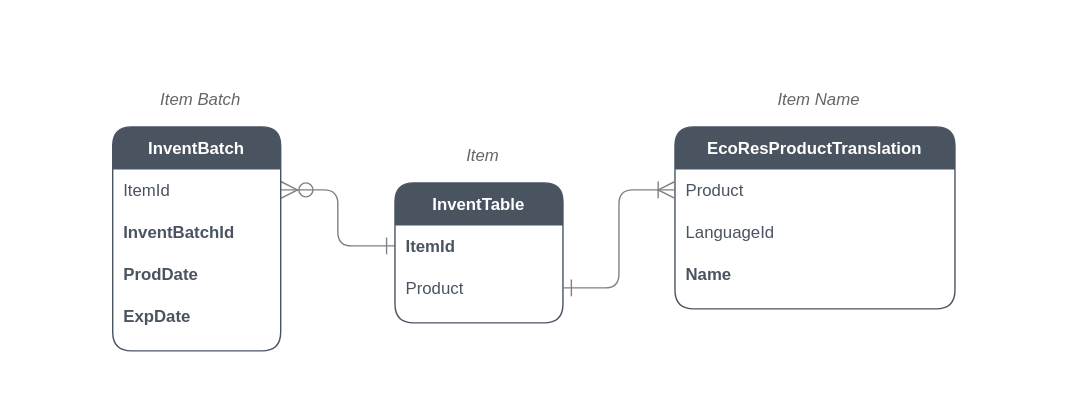
Earlier version of the draw.io export svg/item-batch.drawio.svg (janusvrensburg/ms-d365-fo). Source tidied: cells renumbered, new cells last; positions are measured from the earlier drawing's top-left corner, leaving out a move shared by most shapes. Source of this version:
```xml
<mxGraphModel>
  <root>
    <mxCell id="0" />
    <mxCell id="1" parent="0" />
    <mxCell id="2" style="edgeStyle=orthogonalEdgeStyle;rounded=1;jettySize=auto;html=1;entryX=1;entryY=0.5;entryDx=0;entryDy=0;startFill=0;startArrow=ERone;fontFamily=Helvetica;sketch=0;targetPerimeterSpacing=10;sourcePerimeterSpacing=10;endSize=10;startSize=10;endFill=1;endArrow=ERzeroToMany;strokeColor=#808080;fillOpacity=0;exitX=0;exitY=0.5;exitDx=0;exitDy=0;" parent="1" edge="1" source="13" target="4">
      <mxGeometry relative="1" as="geometry" />
    </mxCell>
    <mxCell id="3" value="InventBatch" style="shape=table;startSize=30;rowLines=0;fontStyle=1;align=center;fontFamily=Helvetica;sketch=0;rounded=1;labelBackgroundColor=none;fillStyle=solid;fontColor=#FFFFFF;fillColor=#4A5461;strokeColor=#4A5461;" parent="1" vertex="1">
      <mxGeometry x="80" y="90" width="120" height="160" as="geometry" />
    </mxCell>
    <mxCell id="4" style="shape=partialRectangle;fillColor=none;top=0;left=0;bottom=0;right=0;points=[[0,0.5],[1,0.5]];portConstraint=eastwest;fontFamily=Helvetica;sketch=1;" parent="3" vertex="1">
      <mxGeometry y="30" width="120" height="30" as="geometry" />
    </mxCell>
    <mxCell id="5" value="ItemId" style="shape=partialRectangle;fillColor=none;top=0;left=0;bottom=0;right=0;align=left;spacingLeft=6;overflow=hidden;fontFamily=Helvetica;sketch=1;labelBackgroundColor=none;labelBorderColor=none;fontColor=#4A5461;" parent="4" vertex="1">
      <mxGeometry width="120" height="30" as="geometry" />
    </mxCell>
    <mxCell id="6" style="shape=partialRectangle;fillColor=none;top=0;left=0;bottom=0;right=0;fontFamily=Helvetica;sketch=1;fontStyle=5;" parent="3" vertex="1">
      <mxGeometry y="60" width="120" height="30" as="geometry" />
    </mxCell>
    <mxCell id="7" value="InventBatchId" style="shape=partialRectangle;fillColor=none;top=0;left=0;bottom=0;right=0;align=left;spacingLeft=6;overflow=hidden;fontFamily=Helvetica;sketch=1;fontColor=#4A5461;fontStyle=1;" parent="6" vertex="1">
      <mxGeometry width="120" height="30" as="geometry" />
    </mxCell>
    <mxCell id="8" style="shape=partialRectangle;fillColor=none;top=0;left=0;bottom=0;right=0;fontFamily=Helvetica;sketch=1;fontStyle=5;" parent="3" vertex="1">
      <mxGeometry y="90" width="120" height="30" as="geometry" />
    </mxCell>
    <mxCell id="9" value="ProdDate" style="shape=partialRectangle;fillColor=none;top=0;left=0;bottom=0;right=0;align=left;spacingLeft=6;overflow=hidden;fontFamily=Helvetica;sketch=1;fontColor=#4A5461;fontStyle=1;" parent="8" vertex="1">
      <mxGeometry width="120" height="30" as="geometry" />
    </mxCell>
    <mxCell id="10" style="shape=partialRectangle;fillColor=none;top=0;left=0;bottom=0;right=0;fontFamily=Helvetica;sketch=1;fontStyle=5;" parent="3" vertex="1">
      <mxGeometry y="120" width="120" height="30" as="geometry" />
    </mxCell>
    <mxCell id="11" value="ExpDate" style="shape=partialRectangle;fillColor=none;top=0;left=0;bottom=0;right=0;align=left;spacingLeft=6;overflow=hidden;fontFamily=Helvetica;sketch=1;fontColor=#4A5461;fontStyle=1;" parent="10" vertex="1">
      <mxGeometry width="120" height="30" as="geometry" />
    </mxCell>
    <mxCell id="12" value="InventTable" style="shape=table;startSize=30;rowLines=0;fontStyle=1;align=center;fontFamily=Helvetica;sketch=0;rounded=1;labelBackgroundColor=none;fillStyle=solid;fontColor=#FFFFFF;fillColor=#4A5461;strokeColor=#4A5461;" parent="1" vertex="1">
      <mxGeometry x="281.6" y="130" width="120" height="100" as="geometry" />
    </mxCell>
    <mxCell id="13" style="shape=partialRectangle;fillColor=none;top=0;left=0;bottom=0;right=0;points=[[0,0.5],[1,0.5]];portConstraint=eastwest;fontFamily=Helvetica;sketch=1;" parent="12" vertex="1">
      <mxGeometry y="30" width="120" height="30" as="geometry" />
    </mxCell>
    <mxCell id="14" value="ItemId" style="shape=partialRectangle;top=0;left=0;bottom=0;right=0;align=left;spacingLeft=6;overflow=hidden;fontFamily=Helvetica;sketch=1;labelBackgroundColor=none;labelBorderColor=none;fontColor=#4A5461;fillColor=none;fontStyle=1;" parent="13" vertex="1">
      <mxGeometry width="120" height="30" as="geometry" />
    </mxCell>
    <mxCell id="15" style="shape=partialRectangle;fillColor=none;top=0;left=0;bottom=0;right=0;points=[[0,0.5],[1,0.5]];portConstraint=eastwest;fontFamily=Helvetica;sketch=1;fontStyle=5;" parent="12" vertex="1">
      <mxGeometry y="60" width="120" height="30" as="geometry" />
    </mxCell>
    <mxCell id="16" value="Product" style="shape=partialRectangle;fillColor=none;top=0;left=0;bottom=0;right=0;align=left;spacingLeft=6;overflow=hidden;fontFamily=Helvetica;sketch=1;fontColor=#4A5461;fontStyle=0;" parent="15" vertex="1">
      <mxGeometry width="120" height="30" as="geometry" />
    </mxCell>
    <mxCell id="17" value="EcoResProductTranslation" style="shape=table;startSize=30;rowLines=0;fontStyle=1;align=center;fontFamily=Helvetica;sketch=0;rounded=1;labelBackgroundColor=none;fillStyle=solid;fontColor=#FFFFFF;fillColor=#4A5461;strokeColor=#4A5461;" parent="1" vertex="1">
      <mxGeometry x="481.6" y="90" width="200" height="130" as="geometry" />
    </mxCell>
    <mxCell id="18" style="shape=partialRectangle;fillColor=none;top=0;left=0;bottom=0;right=0;points=[[0,0.5],[1,0.5]];portConstraint=eastwest;fontFamily=Helvetica;sketch=1;" parent="17" vertex="1">
      <mxGeometry y="30" width="200" height="30" as="geometry" />
    </mxCell>
    <mxCell id="19" value="Product" style="shape=partialRectangle;fillColor=none;top=0;left=0;bottom=0;right=0;align=left;spacingLeft=6;overflow=hidden;fontFamily=Helvetica;sketch=1;labelBackgroundColor=none;labelBorderColor=none;fontColor=#4A5461;" parent="18" vertex="1">
      <mxGeometry width="200" height="30" as="geometry" />
    </mxCell>
    <mxCell id="20" style="shape=partialRectangle;fillColor=none;top=0;left=0;bottom=0;right=0;fontFamily=Helvetica;sketch=1;fontStyle=5;" parent="17" vertex="1">
      <mxGeometry y="60" width="200" height="30" as="geometry" />
    </mxCell>
    <mxCell id="21" value="LanguageId" style="shape=partialRectangle;fillColor=none;top=0;left=0;bottom=0;right=0;align=left;spacingLeft=6;overflow=hidden;fontFamily=Helvetica;sketch=1;fontColor=#4A5461;" parent="20" vertex="1">
      <mxGeometry width="200" height="30" as="geometry" />
    </mxCell>
    <mxCell id="22" style="shape=partialRectangle;fillColor=none;top=0;left=0;bottom=0;right=0;fontFamily=Helvetica;sketch=1;fontStyle=5;" parent="17" vertex="1">
      <mxGeometry y="90" width="200" height="30" as="geometry" />
    </mxCell>
    <mxCell id="23" value="Name" style="shape=partialRectangle;fillColor=none;top=0;left=0;bottom=0;right=0;align=left;spacingLeft=6;overflow=hidden;fontFamily=Helvetica;sketch=1;fontColor=#4A5461;fontStyle=1;labelBorderColor=none;" parent="22" vertex="1">
      <mxGeometry width="200" height="30" as="geometry" />
    </mxCell>
    <mxCell id="24" style="edgeStyle=orthogonalEdgeStyle;rounded=1;jettySize=auto;html=1;entryX=0;entryY=0.5;entryDx=0;entryDy=0;startFill=0;startArrow=ERone;fontFamily=Helvetica;sketch=0;targetPerimeterSpacing=10;sourcePerimeterSpacing=10;endSize=10;startSize=10;endFill=0;endArrow=ERoneToMany;strokeColor=#808080;fillOpacity=0;exitX=1;exitY=0.5;exitDx=0;exitDy=0;" parent="1" edge="1" source="15" target="18">
      <mxGeometry relative="1" as="geometry" />
    </mxCell>
    <mxCell id="25" value="Item Name" style="shape=partialRectangle;fillColor=none;top=0;left=0;bottom=0;right=0;align=center;spacingLeft=6;overflow=hidden;fontFamily=Helvetica;sketch=1;fontStyle=2;fontColor=#666666;" parent="1" vertex="1">
      <mxGeometry x="481.6" y="50" width="200" height="40" as="geometry" />
    </mxCell>
    <mxCell id="26" value="Item" style="shape=partialRectangle;fillColor=none;top=0;left=0;bottom=0;right=0;align=center;spacingLeft=6;overflow=hidden;fontFamily=Helvetica;sketch=1;fontStyle=2;fontColor=#666666;" parent="1" vertex="1">
      <mxGeometry x="287.6" y="90" width="108" height="40" as="geometry" />
    </mxCell>
    <mxCell id="27" value="Item Batch" style="shape=partialRectangle;fillColor=none;top=0;left=0;bottom=0;right=0;align=center;spacingLeft=6;overflow=hidden;fontFamily=Helvetica;sketch=1;fontStyle=2;fontColor=#666666;" parent="1" vertex="1">
      <mxGeometry x="86" y="50" width="108" height="40" as="geometry" />
    </mxCell>
    <mxCell id="28" value="x" style="shape=partialRectangle;fillColor=none;top=0;left=0;bottom=0;right=0;align=center;spacingLeft=6;overflow=hidden;fontFamily=Helvetica;sketch=1;fontStyle=2;noLabel=1;fontColor=none;fontSize=1;" parent="1" vertex="1">
      <mxGeometry width="27" height="27" as="geometry" />
    </mxCell>
    <mxCell id="29" value="x" style="shape=partialRectangle;fillColor=none;top=0;left=0;bottom=0;right=0;align=center;spacingLeft=6;overflow=hidden;fontFamily=Helvetica;sketch=1;fontStyle=2;noLabel=1;fontColor=none;fontSize=1;" parent="1" vertex="1">
      <mxGeometry x="742" y="256" width="27" height="27" as="geometry" />
    </mxCell>
  </root>
</mxGraphModel>
```
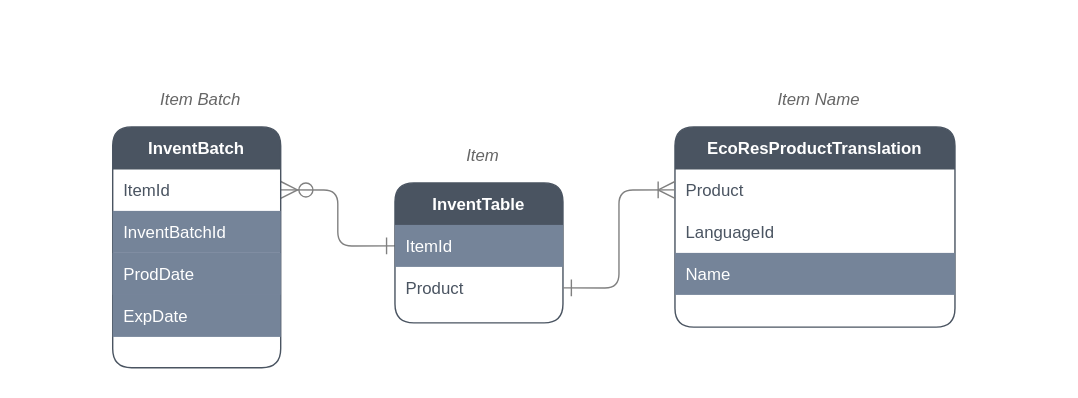
The same file after the commit.

The edit, as a diff of the source:
```diff
@@ -6,7 +6,7 @@
       <mxGeometry relative="1" as="geometry" />
     </mxCell>
     <mxCell id="3" value="InventBatch" style="shape=table;startSize=30;rowLines=0;fontStyle=1;align=center;fontFamily=Helvetica;sketch=0;rounded=1;labelBackgroundColor=none;fillStyle=solid;fontColor=#FFFFFF;fillColor=#4A5461;strokeColor=#4A5461;" parent="1" vertex="1">
-      <mxGeometry x="80" y="90" width="120" height="160" as="geometry" />
+      <mxGeometry x="80" y="90" width="120" height="172" as="geometry" />
     </mxCell>
     <mxCell id="4" style="shape=partialRectangle;fillColor=none;top=0;left=0;bottom=0;right=0;points=[[0,0.5],[1,0.5]];portConstraint=eastwest;fontFamily=Helvetica;sketch=1;" parent="3" vertex="1">
       <mxGeometry y="30" width="120" height="30" as="geometry" />
@@ -17,19 +17,19 @@
     <mxCell id="6" style="shape=partialRectangle;fillColor=none;top=0;left=0;bottom=0;right=0;fontFamily=Helvetica;sketch=1;fontStyle=5;" parent="3" vertex="1">
       <mxGeometry y="60" width="120" height="30" as="geometry" />
     </mxCell>
-    <mxCell id="7" value="InventBatchId" style="shape=partialRectangle;fillColor=none;top=0;left=0;bottom=0;right=0;align=left;spacingLeft=6;overflow=hidden;fontFamily=Helvetica;sketch=1;fontColor=#4A5461;fontStyle=1;" parent="6" vertex="1">
+    <mxCell id="7" value="InventBatchId" style="shape=partialRectangle;fillColor=#758499;top=0;left=0;bottom=0;right=0;align=left;spacingLeft=6;overflow=hidden;fontFamily=Helvetica;sketch=0;fontColor=#FFFFFF;fontStyle=0;" parent="6" vertex="1">
       <mxGeometry width="120" height="30" as="geometry" />
     </mxCell>
-    <mxCell id="8" style="shape=partialRectangle;fillColor=none;top=0;left=0;bottom=0;right=0;fontFamily=Helvetica;sketch=1;fontStyle=5;" parent="3" vertex="1">
+    <mxCell id="8" style="shape=partialRectangle;fillColor=#758499;top=0;left=0;bottom=0;right=0;fontFamily=Helvetica;sketch=0;fontStyle=0;fontColor=#FFFFFF;align=left;spacingLeft=6;" parent="3" vertex="1">
       <mxGeometry y="90" width="120" height="30" as="geometry" />
     </mxCell>
-    <mxCell id="9" value="ProdDate" style="shape=partialRectangle;fillColor=none;top=0;left=0;bottom=0;right=0;align=left;spacingLeft=6;overflow=hidden;fontFamily=Helvetica;sketch=1;fontColor=#4A5461;fontStyle=1;" parent="8" vertex="1">
+    <mxCell id="9" value="ProdDate" style="shape=partialRectangle;fillColor=#758499;top=0;left=0;bottom=0;right=0;align=left;spacingLeft=6;overflow=hidden;fontFamily=Helvetica;sketch=0;fontColor=#FFFFFF;fontStyle=0;" parent="8" vertex="1">
       <mxGeometry width="120" height="30" as="geometry" />
     </mxCell>
     <mxCell id="10" style="shape=partialRectangle;fillColor=none;top=0;left=0;bottom=0;right=0;fontFamily=Helvetica;sketch=1;fontStyle=5;" parent="3" vertex="1">
       <mxGeometry y="120" width="120" height="30" as="geometry" />
     </mxCell>
-    <mxCell id="11" value="ExpDate" style="shape=partialRectangle;fillColor=none;top=0;left=0;bottom=0;right=0;align=left;spacingLeft=6;overflow=hidden;fontFamily=Helvetica;sketch=1;fontColor=#4A5461;fontStyle=1;" parent="10" vertex="1">
+    <mxCell id="11" value="ExpDate" style="shape=partialRectangle;fillColor=#758499;top=0;left=0;bottom=0;right=0;align=left;spacingLeft=6;overflow=hidden;fontFamily=Helvetica;sketch=0;fontColor=#FFFFFF;fontStyle=0;" parent="10" vertex="1">
       <mxGeometry width="120" height="30" as="geometry" />
     </mxCell>
     <mxCell id="12" value="InventTable" style="shape=table;startSize=30;rowLines=0;fontStyle=1;align=center;fontFamily=Helvetica;sketch=0;rounded=1;labelBackgroundColor=none;fillStyle=solid;fontColor=#FFFFFF;fillColor=#4A5461;strokeColor=#4A5461;" parent="1" vertex="1">
@@ -38,7 +38,7 @@
     <mxCell id="13" style="shape=partialRectangle;fillColor=none;top=0;left=0;bottom=0;right=0;points=[[0,0.5],[1,0.5]];portConstraint=eastwest;fontFamily=Helvetica;sketch=1;" parent="12" vertex="1">
       <mxGeometry y="30" width="120" height="30" as="geometry" />
     </mxCell>
-    <mxCell id="14" value="ItemId" style="shape=partialRectangle;top=0;left=0;bottom=0;right=0;align=left;spacingLeft=6;overflow=hidden;fontFamily=Helvetica;sketch=1;labelBackgroundColor=none;labelBorderColor=none;fontColor=#4A5461;fillColor=none;fontStyle=1;" parent="13" vertex="1">
+    <mxCell id="14" value="ItemId" style="shape=partialRectangle;top=0;left=0;bottom=0;right=0;align=left;spacingLeft=6;overflow=hidden;fontFamily=Helvetica;sketch=0;labelBackgroundColor=none;labelBorderColor=none;fontStyle=0;fillColor=#758499;fontColor=#FFFFFF;" parent="13" vertex="1">
       <mxGeometry width="120" height="30" as="geometry" />
     </mxCell>
     <mxCell id="15" style="shape=partialRectangle;fillColor=none;top=0;left=0;bottom=0;right=0;points=[[0,0.5],[1,0.5]];portConstraint=eastwest;fontFamily=Helvetica;sketch=1;fontStyle=5;" parent="12" vertex="1">
@@ -48,7 +48,7 @@
       <mxGeometry width="120" height="30" as="geometry" />
     </mxCell>
     <mxCell id="17" value="EcoResProductTranslation" style="shape=table;startSize=30;rowLines=0;fontStyle=1;align=center;fontFamily=Helvetica;sketch=0;rounded=1;labelBackgroundColor=none;fillStyle=solid;fontColor=#FFFFFF;fillColor=#4A5461;strokeColor=#4A5461;" parent="1" vertex="1">
-      <mxGeometry x="481.6" y="90" width="200" height="130" as="geometry" />
+      <mxGeometry x="481.6" y="90" width="200" height="143" as="geometry" />
     </mxCell>
     <mxCell id="18" style="shape=partialRectangle;fillColor=none;top=0;left=0;bottom=0;right=0;points=[[0,0.5],[1,0.5]];portConstraint=eastwest;fontFamily=Helvetica;sketch=1;" parent="17" vertex="1">
       <mxGeometry y="30" width="200" height="30" as="geometry" />
@@ -65,7 +65,7 @@
     <mxCell id="22" style="shape=partialRectangle;fillColor=none;top=0;left=0;bottom=0;right=0;fontFamily=Helvetica;sketch=1;fontStyle=5;" parent="17" vertex="1">
       <mxGeometry y="90" width="200" height="30" as="geometry" />
     </mxCell>
-    <mxCell id="23" value="Name" style="shape=partialRectangle;fillColor=none;top=0;left=0;bottom=0;right=0;align=left;spacingLeft=6;overflow=hidden;fontFamily=Helvetica;sketch=1;fontColor=#4A5461;fontStyle=1;labelBorderColor=none;" parent="22" vertex="1">
+    <mxCell id="23" value="Name" style="shape=partialRectangle;fillColor=#758499;top=0;left=0;bottom=0;right=0;align=left;spacingLeft=6;overflow=hidden;fontFamily=Helvetica;sketch=0;fontColor=#FFFFFF;fontStyle=0;labelBorderColor=none;" parent="22" vertex="1">
       <mxGeometry width="200" height="30" as="geometry" />
     </mxCell>
     <mxCell id="24" style="edgeStyle=orthogonalEdgeStyle;rounded=1;jettySize=auto;html=1;entryX=0;entryY=0.5;entryDx=0;entryDy=0;startFill=0;startArrow=ERone;fontFamily=Helvetica;sketch=0;targetPerimeterSpacing=10;sourcePerimeterSpacing=10;endSize=10;startSize=10;endFill=0;endArrow=ERoneToMany;strokeColor=#808080;fillOpacity=0;exitX=1;exitY=0.5;exitDx=0;exitDy=0;" parent="1" edge="1" source="15" target="18">
```
